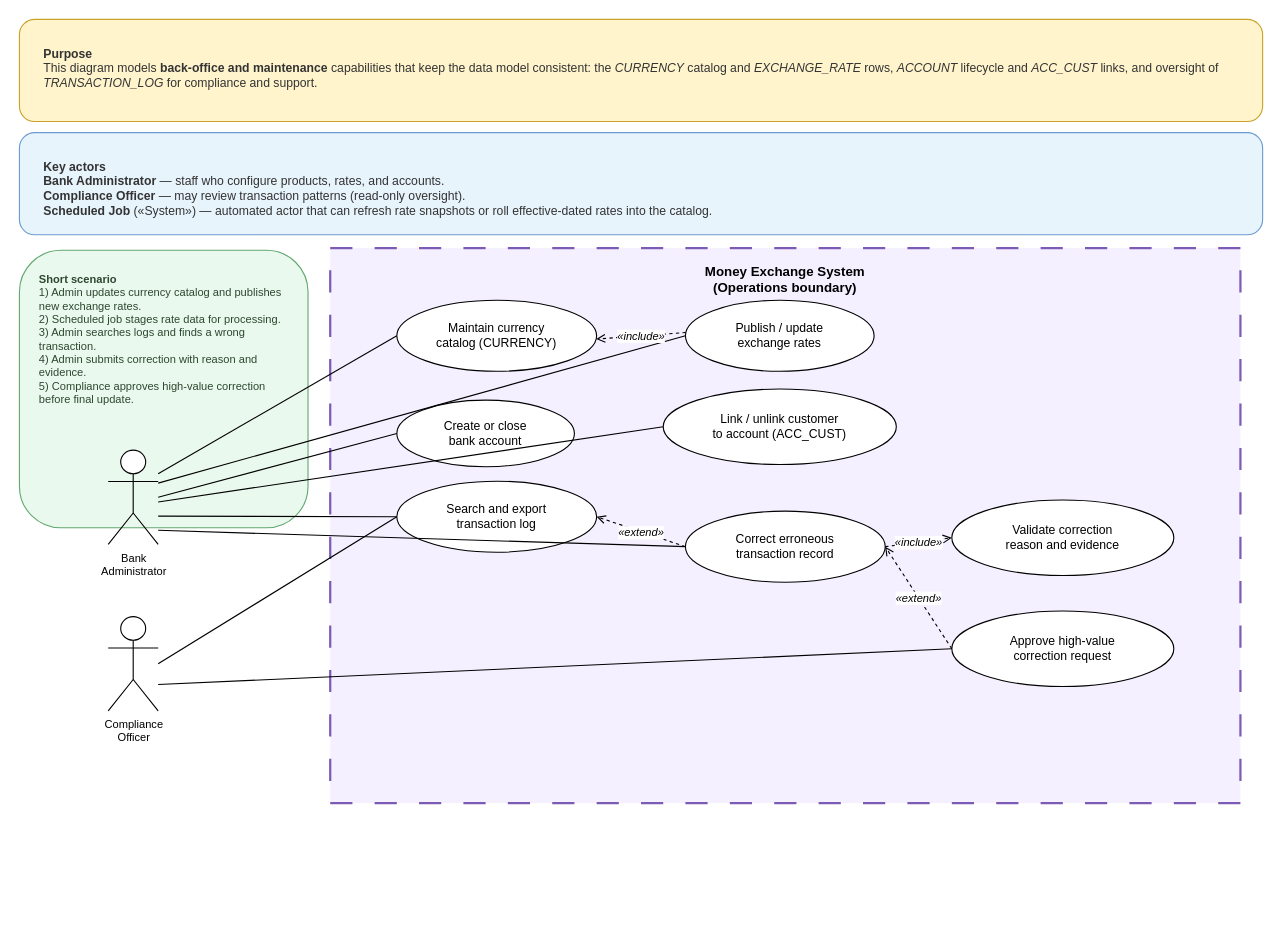
Earlier version of the draw.io diagram MSE800-PSD/Week5/Activity1/UseCaseDiagram2_BankAdministration.drawio (siam-abdulllah/MSE800). Source tidied: cells renumbered, new cells numbered last; positions are measured from the earlier drawing's top-left corner, leaving out a move shared by most shapes. Both pictures are drawn from the tidied source at 111%, with x=0, y=0 at pixel (19, 19).
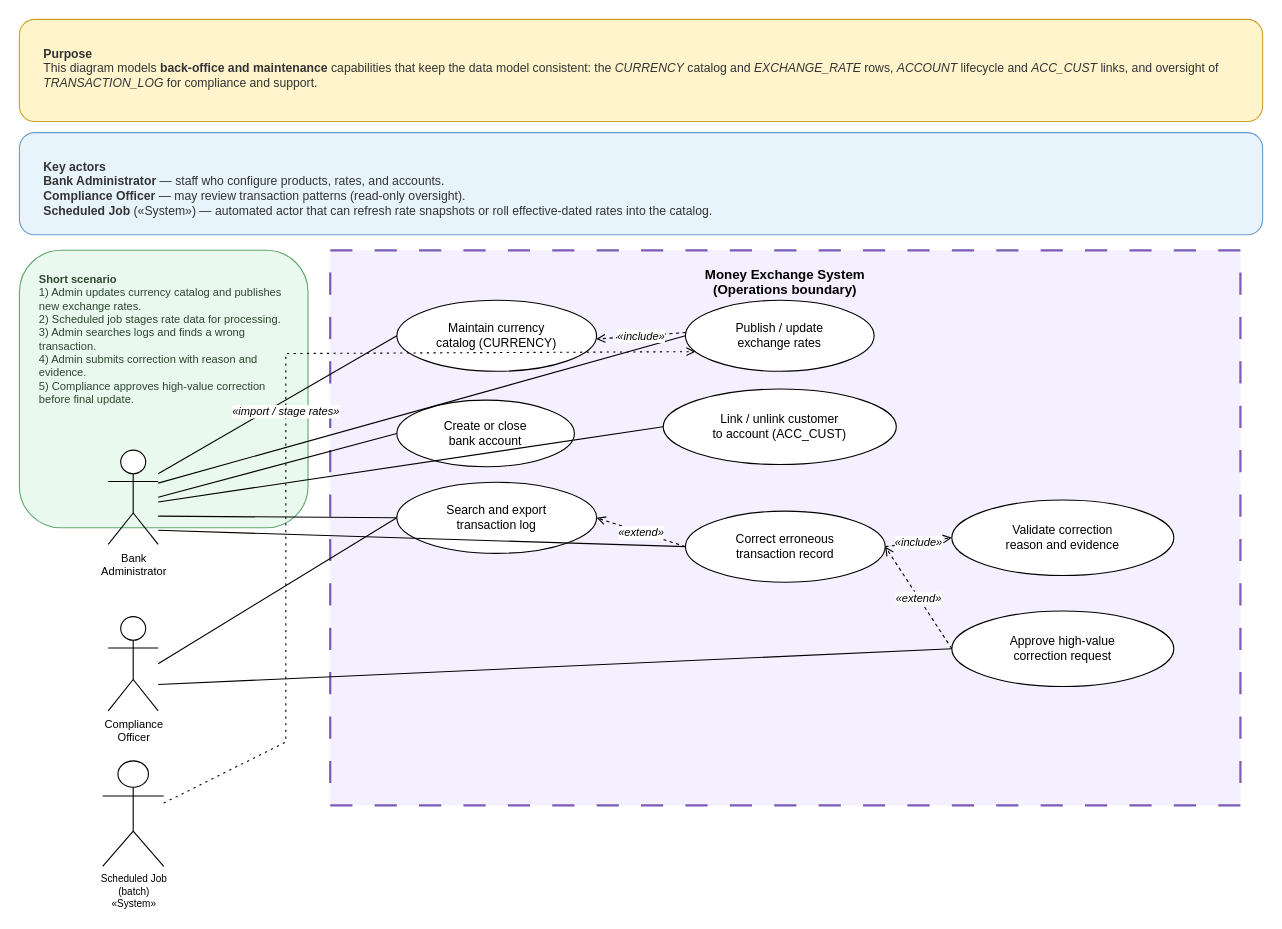
The same diagram, later.

The change refers to these unchanged cells:
```xml
<mxCell id="7" value="Publish / update&#10;exchange rates" style="ellipse;whiteSpace=wrap;html=1;align=center;fontSize=11;" parent="1" vertex="1">
  <mxGeometry x="600" y="253" width="170" height="64" as="geometry" />
</mxCell>
```

What changed in the source:
```diff
@@
     <mxCell id="5" value="Money Exchange System&#10;(Operations boundary)" style="rounded=0;whiteSpace=wrap;html=1;align=center;verticalAlign=top;spacingTop=8;fillColor=#F5F0FF;strokeColor=#7B5BB5;strokeWidth=2;dashed=1;dashPattern=10 10;fontStyle=1;fontSize=12;" parent="1" vertex="1">
-      <mxGeometry x="280" y="206" width="820" height="500" as="geometry" />
+      <mxGeometry x="280" y="208" width="820" height="500" as="geometry" />
     </mxCell>
@@
     <mxCell id="10" value="Search and export&#10;transaction log" style="ellipse;whiteSpace=wrap;html=1;align=center;fontSize=11;" parent="1" vertex="1">
-      <mxGeometry x="340" y="416" width="180" height="64" as="geometry" />
+      <mxGeometry x="340" y="417" width="180" height="64" as="geometry" />
     </mxCell>
@@
+    <mxCell id="28" value="Scheduled Job&#10;(batch)&#10;«System»" style="shape=umlActor;verticalLabelPosition=bottom;verticalAlign=top;html=1;outlineConnect=0;fillColor=default;fontSize=9;" parent="1" vertex="1">
+      <mxGeometry x="75" y="668" width="55" height="95" as="geometry" />
+    </mxCell>
@@
+    <mxCell id="29" value="«import / stage rates»" style="endArrow=open;endFill=0;dashed=1;html=1;dashPattern=2 4;rounded=0;exitX=1;exitY=0.4;exitDx=0;exitDy=0;exitPerimeter=0;entryX=0;entryY=0.75;entryDx=0;entryDy=0;fontSize=10;fontStyle=2;" parent="1" edge="1" source="28" target="7">
+      <mxGeometry relative="1" as="geometry">
+        <Array as="points">
+          <mxPoint x="240" y="651" />
+          <mxPoint x="240" y="301" />
+        </Array>
+      </mxGeometry>
+    </mxCell>
```
